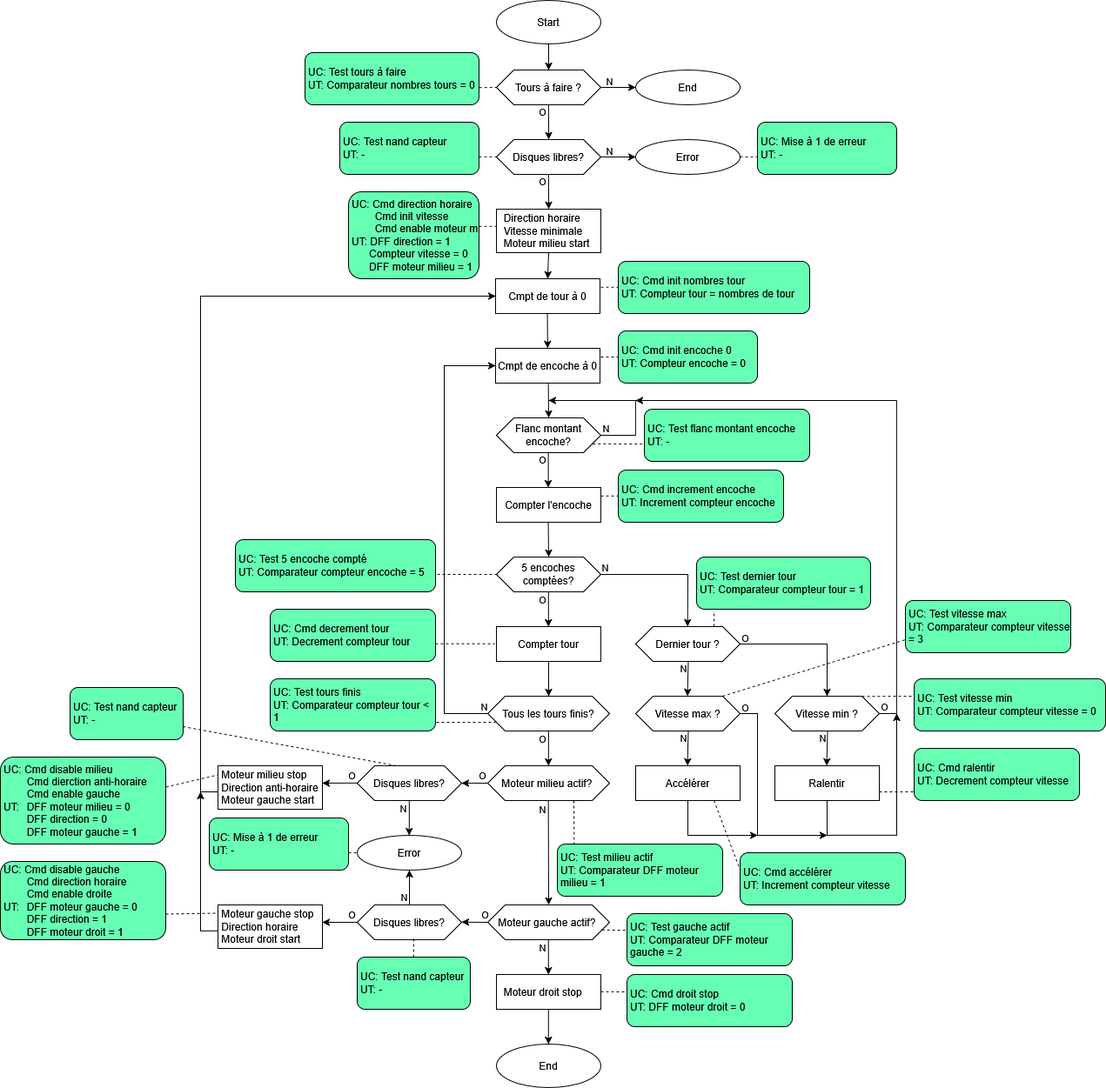
Schokiiiiiiii/csn26 keeps this draw.io diagram as doc/images/auto_sequence_partition.png. Above is the earlier version. Source tidied: cells renumbered, new cells last; positions are measured from the earlier drawing's top-left corner, leaving out a move shared by most shapes.
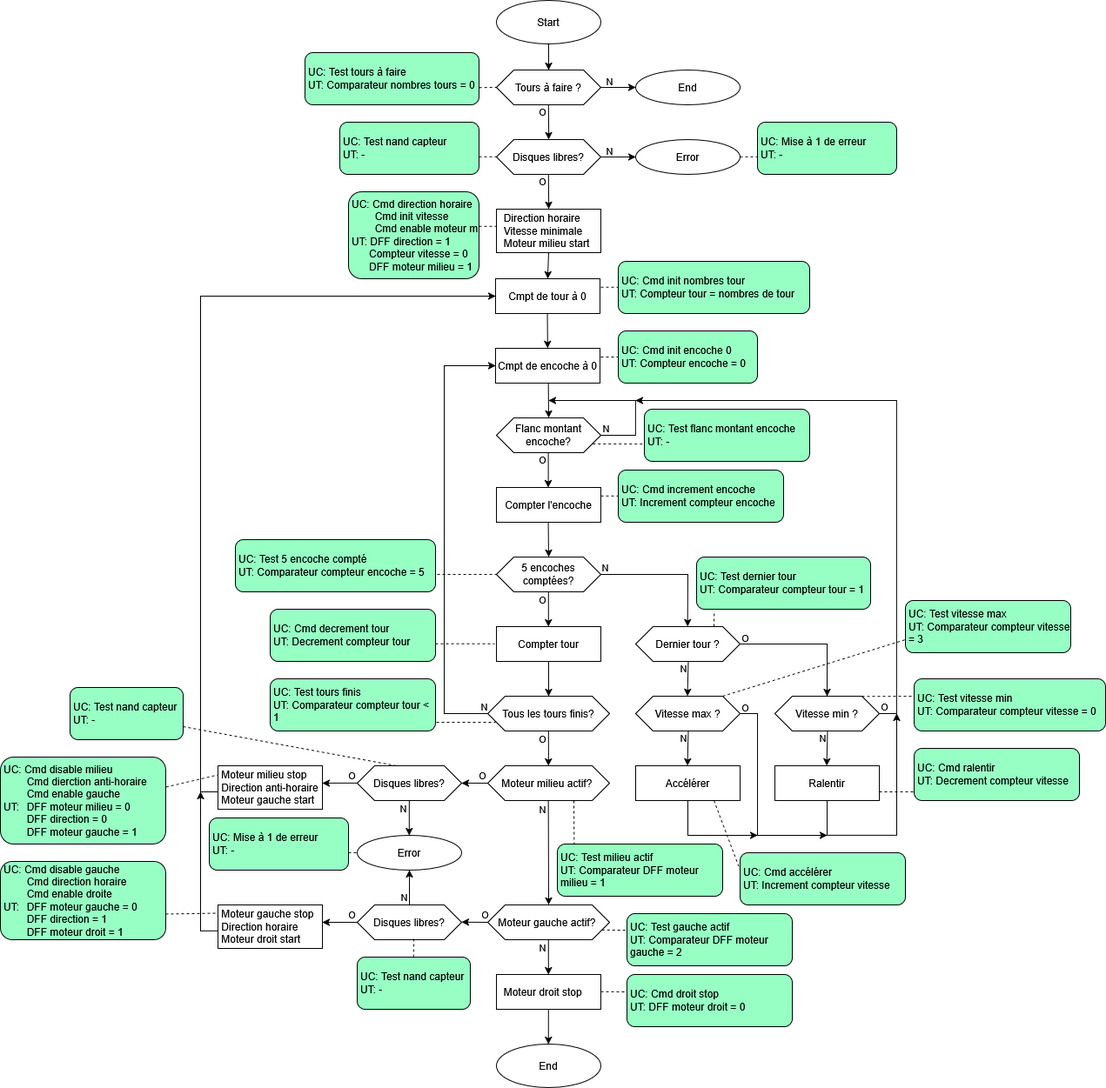
After the change.

Diff of the diagram source:
```diff
@@ -421,27 +421,27 @@
     </mxCell>
-    <mxCell id="88" value="&lt;div&gt;UC: Test tours à faire&lt;/div&gt;&lt;div&gt;UT: Comparateur nombres tours = 0&lt;/div&gt;" style="rounded=1;whiteSpace=wrap;html=1;fillColor=#66FFB3;align=left;spacingRight=0;spacingLeft=2;" parent="1" vertex="1">
+    <mxCell id="88" value="&lt;div&gt;UC: Test tours à faire&lt;/div&gt;&lt;div&gt;UT: Comparateur nombres tours = 0&lt;/div&gt;" style="rounded=1;whiteSpace=wrap;html=1;fillColor=#97FFC4;align=left;spacingRight=0;spacingLeft=2;" parent="1" vertex="1">
       <mxGeometry x="350" y="60" width="200" height="60" as="geometry" />
     </mxCell>
-    <mxCell id="89" value="&lt;div&gt;UC: Mise à 1 de erreur&lt;/div&gt;&lt;div&gt;UT: -&lt;/div&gt;" style="rounded=1;whiteSpace=wrap;html=1;fillColor=#66FFB3;align=left;spacingRight=0;spacingLeft=2;" parent="1" vertex="1">
+    <mxCell id="89" value="&lt;div&gt;UC: Mise à 1 de erreur&lt;/div&gt;&lt;div&gt;UT: -&lt;/div&gt;" style="rounded=1;whiteSpace=wrap;html=1;fillColor=#97FFC4;align=left;spacingRight=0;spacingLeft=2;" parent="1" vertex="1">
       <mxGeometry x="870" y="140" width="160" height="60" as="geometry" />
     </mxCell>
-    <mxCell id="90" value="&lt;div&gt;UC: Test nand capteur&lt;/div&gt;&lt;div&gt;UT: -&amp;nbsp;&lt;/div&gt;" style="rounded=1;whiteSpace=wrap;html=1;fillColor=#66FFB3;align=left;spacingRight=0;spacingLeft=2;" parent="1" vertex="1">
+    <mxCell id="90" value="&lt;div&gt;UC: Test nand capteur&lt;/div&gt;&lt;div&gt;UT: -&amp;nbsp;&lt;/div&gt;" style="rounded=1;whiteSpace=wrap;html=1;fillColor=#97FFC4;align=left;spacingRight=0;spacingLeft=2;" parent="1" vertex="1">
       <mxGeometry x="390" y="140" width="160" height="60" as="geometry" />
     </mxCell>
-    <mxCell id="91" value="&lt;div&gt;UC: Cmd direction horaire&lt;/div&gt;&lt;div&gt;&lt;span style=&quot;white-space: pre;&quot;&gt;&#9;&lt;/span&gt;Cmd init vitesse&lt;/div&gt;&lt;div&gt;&amp;nbsp;&lt;span style=&quot;white-space: pre;&quot;&gt;&#9;&lt;/span&gt;Cmd enable moteur m&lt;/div&gt;&lt;div&gt;UT: DFF direction = 1&lt;/div&gt;&lt;div&gt;&amp;nbsp; &amp;nbsp; &amp;nbsp; Compteur&amp;nbsp;vitesse&amp;nbsp;= 0&lt;/div&gt;&lt;div&gt;&amp;nbsp; &amp;nbsp; &amp;nbsp; DFF moteur milieu = 1&lt;/div&gt;" style="rounded=1;whiteSpace=wrap;html=1;fillColor=#66FFB3;align=left;spacingRight=0;spacingLeft=2;" parent="1" vertex="1">
+    <mxCell id="91" value="&lt;div&gt;UC: Cmd direction horaire&lt;/div&gt;&lt;div&gt;&lt;span style=&quot;white-space: pre;&quot;&gt;&#9;&lt;/span&gt;Cmd init vitesse&lt;/div&gt;&lt;div&gt;&amp;nbsp;&lt;span style=&quot;white-space: pre;&quot;&gt;&#9;&lt;/span&gt;Cmd enable moteur m&lt;/div&gt;&lt;div&gt;UT: DFF direction = 1&lt;/div&gt;&lt;div&gt;&amp;nbsp; &amp;nbsp; &amp;nbsp; Compteur&amp;nbsp;vitesse&amp;nbsp;= 0&lt;/div&gt;&lt;div&gt;&amp;nbsp; &amp;nbsp; &amp;nbsp; DFF moteur milieu = 1&lt;/div&gt;" style="rounded=1;whiteSpace=wrap;html=1;fillColor=#97FFC4;align=left;spacingRight=0;spacingLeft=2;" parent="1" vertex="1">
       <mxGeometry x="400" y="220" width="150" height="100" as="geometry" />
     </mxCell>
-    <mxCell id="92" value="&lt;div&gt;UC: Cmd init nombres tour&lt;/div&gt;&lt;div&gt;UT: Compteur tour = nombres de tour&lt;/div&gt;" style="rounded=1;whiteSpace=wrap;html=1;fillColor=#66FFB3;align=left;spacingRight=0;spacingLeft=2;" parent="1" vertex="1">
+    <mxCell id="92" value="&lt;div&gt;UC: Cmd init nombres tour&lt;/div&gt;&lt;div&gt;UT: Compteur tour = nombres de tour&lt;/div&gt;" style="rounded=1;whiteSpace=wrap;html=1;fillColor=#97FFC4;align=left;spacingRight=0;spacingLeft=2;" parent="1" vertex="1">
       <mxGeometry x="710" y="300" width="220" height="60" as="geometry" />
     </mxCell>
-    <mxCell id="93" value="&lt;div&gt;UC: Cmd init encoche 0&lt;/div&gt;&lt;div&gt;UT: Compteur encoche = 0&lt;/div&gt;" style="rounded=1;whiteSpace=wrap;html=1;fillColor=#66FFB3;align=left;spacingRight=0;spacingLeft=2;" parent="1" vertex="1">
+    <mxCell id="93" value="&lt;div&gt;UC: Cmd init encoche 0&lt;/div&gt;&lt;div&gt;UT: Compteur encoche = 0&lt;/div&gt;" style="rounded=1;whiteSpace=wrap;html=1;fillColor=#97FFC4;align=left;spacingRight=0;spacingLeft=2;" parent="1" vertex="1">
       <mxGeometry x="710" y="380" width="160" height="60" as="geometry" />
     </mxCell>
-    <mxCell id="94" value="&lt;div&gt;UC: Test flanc montant encoche&lt;/div&gt;&lt;div&gt;UT: -&amp;nbsp;&lt;/div&gt;" style="rounded=1;whiteSpace=wrap;html=1;fillColor=#66FFB3;align=left;spacingRight=0;spacingLeft=2;" parent="1" vertex="1">
+    <mxCell id="94" value="&lt;div&gt;UC: Test flanc montant encoche&lt;/div&gt;&lt;div&gt;UT: -&amp;nbsp;&lt;/div&gt;" style="rounded=1;whiteSpace=wrap;html=1;fillColor=#97FFC4;align=left;spacingRight=0;spacingLeft=2;" parent="1" vertex="1">
       <mxGeometry x="740" y="470" width="190" height="60" as="geometry" />
     </mxCell>
-    <mxCell id="95" value="&lt;div&gt;UC: Cmd increment encoche&lt;/div&gt;&lt;div&gt;UT: Increment compteur encoche&lt;/div&gt;" style="rounded=1;whiteSpace=wrap;html=1;fillColor=#66FFB3;align=left;spacingRight=0;spacingLeft=2;" parent="1" vertex="1">
+    <mxCell id="95" value="&lt;div&gt;UC: Cmd increment encoche&lt;/div&gt;&lt;div&gt;UT: Increment compteur encoche&lt;/div&gt;" style="rounded=1;whiteSpace=wrap;html=1;fillColor=#97FFC4;align=left;spacingRight=0;spacingLeft=2;" parent="1" vertex="1">
       <mxGeometry x="710" y="540" width="190" height="60" as="geometry" />
     </mxCell>
-    <mxCell id="96" value="&lt;div&gt;UC: Test 5 encoche compté&lt;/div&gt;&lt;div&gt;UT: Comparateur compteur encoche = 5&lt;/div&gt;" style="rounded=1;whiteSpace=wrap;html=1;fillColor=#66FFB3;align=left;spacingRight=0;spacingLeft=2;" parent="1" vertex="1">
+    <mxCell id="96" value="&lt;div&gt;UC: Test 5 encoche compté&lt;/div&gt;&lt;div&gt;UT: Comparateur compteur encoche = 5&lt;/div&gt;" style="rounded=1;whiteSpace=wrap;html=1;fillColor=#97FFC4;align=left;spacingRight=0;spacingLeft=2;" parent="1" vertex="1">
       <mxGeometry x="270" y="620" width="230" height="60" as="geometry" />
@@ -451,3 +451,3 @@
     </mxCell>
-    <mxCell id="98" value="&lt;div&gt;UC: Cmd decrement tour&lt;/div&gt;&lt;div&gt;UT: Decrement compteur tour&lt;/div&gt;" style="rounded=1;whiteSpace=wrap;html=1;fillColor=#66FFB3;align=left;spacingRight=0;spacingLeft=2;" parent="1" vertex="1">
+    <mxCell id="98" value="&lt;div&gt;UC: Cmd decrement tour&lt;/div&gt;&lt;div&gt;UT: Decrement compteur tour&lt;/div&gt;" style="rounded=1;whiteSpace=wrap;html=1;fillColor=#97FFC4;align=left;spacingRight=0;spacingLeft=2;" parent="1" vertex="1">
       <mxGeometry x="310" y="700" width="190" height="60" as="geometry" />
@@ -460,3 +460,3 @@
     </mxCell>
-    <mxCell id="100" value="&lt;div&gt;UC: Test dernier tour&lt;/div&gt;&lt;div&gt;UT: Comparateur compteur tour = 1&lt;/div&gt;" style="rounded=1;whiteSpace=wrap;html=1;fillColor=#66FFB3;align=left;spacingRight=0;spacingLeft=2;" parent="1" vertex="1">
+    <mxCell id="100" value="&lt;div&gt;UC: Test dernier tour&lt;/div&gt;&lt;div&gt;UT: Comparateur compteur tour = 1&lt;/div&gt;" style="rounded=1;whiteSpace=wrap;html=1;fillColor=#97FFC4;align=left;spacingRight=0;spacingLeft=2;" parent="1" vertex="1">
       <mxGeometry x="800" y="640" width="200" height="60" as="geometry" />
@@ -469,3 +469,3 @@
     </mxCell>
-    <mxCell id="102" value="&lt;div&gt;UC: Mise à 1 de erreur&lt;/div&gt;&lt;div&gt;UT: -&lt;/div&gt;" style="rounded=1;whiteSpace=wrap;html=1;fillColor=#66FFB3;align=left;spacingRight=0;spacingLeft=2;" parent="1" vertex="1">
+    <mxCell id="102" value="&lt;div&gt;UC: Mise à 1 de erreur&lt;/div&gt;&lt;div&gt;UT: -&lt;/div&gt;" style="rounded=1;whiteSpace=wrap;html=1;fillColor=#97FFC4;align=left;spacingRight=0;spacingLeft=2;" parent="1" vertex="1">
       <mxGeometry x="240" y="940" width="160" height="60" as="geometry" />
@@ -478,3 +478,3 @@
     </mxCell>
-    <mxCell id="104" value="&lt;div&gt;UC: Test tours finis&lt;/div&gt;&lt;div&gt;UT: Comparateur compteur tour &amp;lt; 1&lt;/div&gt;" style="rounded=1;whiteSpace=wrap;html=1;fillColor=#66FFB3;align=left;spacingRight=0;spacingLeft=2;" parent="1" vertex="1">
+    <mxCell id="104" value="&lt;div&gt;UC: Test tours finis&lt;/div&gt;&lt;div&gt;UT: Comparateur compteur tour &amp;lt; 1&lt;/div&gt;" style="rounded=1;whiteSpace=wrap;html=1;fillColor=#97FFC4;align=left;spacingRight=0;spacingLeft=2;" parent="1" vertex="1">
       <mxGeometry x="310" y="780" width="190" height="60" as="geometry" />
@@ -487,3 +487,3 @@
     </mxCell>
-    <mxCell id="106" value="&lt;div&gt;UC: Test vitesse min&lt;/div&gt;&lt;div&gt;UT: Comparateur compteur vitesse = 0&lt;/div&gt;" style="rounded=1;whiteSpace=wrap;html=1;fillColor=#66FFB3;align=left;spacingRight=0;spacingLeft=2;" parent="1" vertex="1">
+    <mxCell id="106" value="&lt;div&gt;UC: Test vitesse min&lt;/div&gt;&lt;div&gt;UT: Comparateur compteur vitesse = 0&lt;/div&gt;" style="rounded=1;whiteSpace=wrap;html=1;fillColor=#97FFC4;align=left;spacingRight=0;spacingLeft=2;" parent="1" vertex="1">
       <mxGeometry x="1050" y="780" width="220" height="60" as="geometry" />
@@ -495,3 +495,3 @@
     </mxCell>
-    <mxCell id="108" value="&lt;div&gt;UC: Cmd ralentir&lt;/div&gt;&lt;div&gt;UT: Decrement compteur vitesse&lt;/div&gt;" style="rounded=1;whiteSpace=wrap;html=1;fillColor=#66FFB3;align=left;spacingRight=0;spacingLeft=2;" parent="1" vertex="1">
+    <mxCell id="108" value="&lt;div&gt;UC: Cmd ralentir&lt;/div&gt;&lt;div&gt;UT: Decrement compteur vitesse&lt;/div&gt;" style="rounded=1;whiteSpace=wrap;html=1;fillColor=#97FFC4;align=left;spacingRight=0;spacingLeft=2;" parent="1" vertex="1">
       <mxGeometry x="1050" y="860" width="190" height="60" as="geometry" />
@@ -503,3 +503,3 @@
     </mxCell>
-    <mxCell id="110" value="&lt;div&gt;UC: Cmd accélérer&lt;/div&gt;&lt;div&gt;UT: Increment compteur vitesse&lt;/div&gt;" style="rounded=1;whiteSpace=wrap;html=1;fillColor=#66FFB3;align=left;spacingRight=0;spacingLeft=2;" parent="1" vertex="1">
+    <mxCell id="110" value="&lt;div&gt;UC: Cmd accélérer&lt;/div&gt;&lt;div&gt;UT: Increment compteur vitesse&lt;/div&gt;" style="rounded=1;whiteSpace=wrap;html=1;fillColor=#97FFC4;align=left;spacingRight=0;spacingLeft=2;" parent="1" vertex="1">
       <mxGeometry x="850" y="980" width="190" height="60" as="geometry" />
@@ -511,3 +511,3 @@
     </mxCell>
-    <mxCell id="112" value="&lt;div&gt;UC: Test vitesse max&lt;/div&gt;&lt;div&gt;UT: Comparateur compteur vitesse = 3&lt;/div&gt;" style="rounded=1;whiteSpace=wrap;html=1;fillColor=#66FFB3;align=left;spacingRight=0;spacingLeft=2;" parent="1" vertex="1">
+    <mxCell id="112" value="&lt;div&gt;UC: Test vitesse max&lt;/div&gt;&lt;div&gt;UT: Comparateur compteur vitesse = 3&lt;/div&gt;" style="rounded=1;whiteSpace=wrap;html=1;fillColor=#97FFC4;align=left;spacingRight=0;spacingLeft=2;" parent="1" vertex="1">
       <mxGeometry x="1040" y="690" width="190" height="60" as="geometry" />
@@ -517,3 +517,3 @@
     </mxCell>
-    <mxCell id="114" value="&lt;div&gt;UC: Test milieu actif&lt;/div&gt;&lt;div&gt;UT: Comparateur DFF moteur milieu = 1&lt;/div&gt;" style="rounded=1;whiteSpace=wrap;html=1;fillColor=#66FFB3;align=left;spacingRight=0;spacingLeft=2;" parent="1" vertex="1">
+    <mxCell id="114" value="&lt;div&gt;UC: Test milieu actif&lt;/div&gt;&lt;div&gt;UT: Comparateur DFF moteur milieu = 1&lt;/div&gt;" style="rounded=1;whiteSpace=wrap;html=1;fillColor=#97FFC4;align=left;spacingRight=0;spacingLeft=2;" parent="1" vertex="1">
       <mxGeometry x="640" y="970" width="190" height="60" as="geometry" />
@@ -525,3 +525,3 @@
     </mxCell>
-    <mxCell id="116" value="&lt;div&gt;UC: Test gauche actif&lt;/div&gt;&lt;div&gt;UT: Comparateur DFF moteur gauche = 2&lt;/div&gt;" style="rounded=1;whiteSpace=wrap;html=1;fillColor=#66FFB3;align=left;spacingRight=0;spacingLeft=2;" parent="1" vertex="1">
+    <mxCell id="116" value="&lt;div&gt;UC: Test gauche actif&lt;/div&gt;&lt;div&gt;UT: Comparateur DFF moteur gauche = 2&lt;/div&gt;" style="rounded=1;whiteSpace=wrap;html=1;fillColor=#97FFC4;align=left;spacingRight=0;spacingLeft=2;" parent="1" vertex="1">
       <mxGeometry x="720" y="1050" width="190" height="60" as="geometry" />
@@ -531,3 +531,3 @@
     </mxCell>
-    <mxCell id="118" value="&lt;div&gt;UC: Cmd droit stop&lt;/div&gt;&lt;div&gt;UT: DFF moteur droit = 0&lt;/div&gt;" style="rounded=1;whiteSpace=wrap;html=1;fillColor=#66FFB3;align=left;spacingRight=0;spacingLeft=2;" parent="1" vertex="1">
+    <mxCell id="118" value="&lt;div&gt;UC: Cmd droit stop&lt;/div&gt;&lt;div&gt;UT: DFF moteur droit = 0&lt;/div&gt;" style="rounded=1;whiteSpace=wrap;html=1;fillColor=#97FFC4;align=left;spacingRight=0;spacingLeft=2;" parent="1" vertex="1">
       <mxGeometry x="720" y="1120" width="190" height="60" as="geometry" />
@@ -540,9 +540,9 @@
     </mxCell>
-    <mxCell id="120" value="&lt;div&gt;UC: Cmd disable milieu&lt;/div&gt;&lt;div&gt;&lt;span style=&quot;white-space: pre;&quot;&gt;&#9;Cmd dierction anti-horaire&lt;/span&gt;&lt;/div&gt;&lt;div&gt;&lt;span style=&quot;white-space: pre;&quot;&gt;&lt;span style=&quot;white-space: pre;&quot;&gt;&#9;&lt;/span&gt;Cmd enable gauche&lt;/span&gt;&lt;/div&gt;&lt;div&gt;UT:&lt;span style=&quot;white-space: pre;&quot;&gt;&#9;DFF moteur milieu = 0&lt;/span&gt;&lt;/div&gt;&lt;div&gt;&lt;span style=&quot;white-space: pre;&quot;&gt;&#9;DFF&lt;/span&gt;&amp;nbsp;direction = 0&lt;/div&gt;&lt;div&gt;&amp;nbsp; &amp;nbsp; &amp;nbsp; &lt;span style=&quot;white-space: pre;&quot;&gt;&#9;&lt;/span&gt;&lt;span style=&quot;white-space: pre;&quot;&gt;DFF moteur gauche&lt;/span&gt;&amp;nbsp;= 1&lt;/div&gt;" style="rounded=1;whiteSpace=wrap;html=1;fillColor=#66FFB3;align=left;spacingRight=0;spacingLeft=2;" parent="1" vertex="1">
+    <mxCell id="120" value="&lt;div&gt;UC: Cmd disable milieu&lt;/div&gt;&lt;div&gt;&lt;span style=&quot;white-space: pre;&quot;&gt;&#9;Cmd dierction anti-horaire&lt;/span&gt;&lt;/div&gt;&lt;div&gt;&lt;span style=&quot;white-space: pre;&quot;&gt;&lt;span style=&quot;white-space: pre;&quot;&gt;&#9;&lt;/span&gt;Cmd enable gauche&lt;/span&gt;&lt;/div&gt;&lt;div&gt;UT:&lt;span style=&quot;white-space: pre;&quot;&gt;&#9;DFF moteur milieu = 0&lt;/span&gt;&lt;/div&gt;&lt;div&gt;&lt;span style=&quot;white-space: pre;&quot;&gt;&#9;DFF&lt;/span&gt;&amp;nbsp;direction = 0&lt;/div&gt;&lt;div&gt;&amp;nbsp; &amp;nbsp; &amp;nbsp; &lt;span style=&quot;white-space: pre;&quot;&gt;&#9;&lt;/span&gt;&lt;span style=&quot;white-space: pre;&quot;&gt;DFF moteur gauche&lt;/span&gt;&amp;nbsp;= 1&lt;/div&gt;" style="rounded=1;whiteSpace=wrap;html=1;fillColor=#97FFC4;align=left;spacingRight=0;spacingLeft=2;" parent="1" vertex="1">
       <mxGeometry y="870" width="190" height="100" as="geometry" />
     </mxCell>
-    <mxCell id="121" value="&lt;div&gt;UC: Cmd disable gauche&lt;/div&gt;&lt;div&gt;&lt;span style=&quot;white-space: pre;&quot;&gt;&#9;&lt;/span&gt;Cmd direction horaire&lt;/div&gt;&lt;div&gt;&lt;span style=&quot;white-space: pre;&quot;&gt;&#9;&lt;/span&gt;Cmd enable droite&lt;/div&gt;&lt;div&gt;UT:&amp;nbsp;&lt;span style=&quot;white-space: pre;&quot;&gt;&#9;DFF moteur gauche = 0&lt;/span&gt;&lt;/div&gt;&lt;div&gt;&lt;span style=&quot;white-space: pre;&quot;&gt;&#9;DFF&lt;/span&gt;&amp;nbsp;direction = 1&lt;div&gt;&amp;nbsp; &amp;nbsp; &amp;nbsp; &lt;span style=&quot;white-space: pre;&quot;&gt;&#9;DFF&lt;/span&gt;&amp;nbsp;moteur droit = 1&lt;/div&gt;&lt;/div&gt;" style="rounded=1;whiteSpace=wrap;html=1;fillColor=#66FFB3;align=left;spacingRight=0;spacingLeft=2;" parent="1" vertex="1">
+    <mxCell id="121" value="&lt;div&gt;UC: Cmd disable gauche&lt;/div&gt;&lt;div&gt;&lt;span style=&quot;white-space: pre;&quot;&gt;&#9;&lt;/span&gt;Cmd direction horaire&lt;/div&gt;&lt;div&gt;&lt;span style=&quot;white-space: pre;&quot;&gt;&#9;&lt;/span&gt;Cmd enable droite&lt;/div&gt;&lt;div&gt;UT:&amp;nbsp;&lt;span style=&quot;white-space: pre;&quot;&gt;&#9;DFF moteur gauche = 0&lt;/span&gt;&lt;/div&gt;&lt;div&gt;&lt;span style=&quot;white-space: pre;&quot;&gt;&#9;DFF&lt;/span&gt;&amp;nbsp;direction = 1&lt;div&gt;&amp;nbsp; &amp;nbsp; &amp;nbsp; &lt;span style=&quot;white-space: pre;&quot;&gt;&#9;DFF&lt;/span&gt;&amp;nbsp;moteur droit = 1&lt;/div&gt;&lt;/div&gt;" style="rounded=1;whiteSpace=wrap;html=1;fillColor=#97FFC4;align=left;spacingRight=0;spacingLeft=2;" parent="1" vertex="1">
       <mxGeometry y="990" width="190" height="90" as="geometry" />
     </mxCell>
-    <mxCell id="122" value="&lt;div&gt;UC: Test nand capteur&lt;/div&gt;&lt;div&gt;UT: -&amp;nbsp;&lt;/div&gt;" style="rounded=1;whiteSpace=wrap;html=1;fillColor=#66FFB3;align=left;spacingRight=0;spacingLeft=2;" parent="1" vertex="1">
+    <mxCell id="122" value="&lt;div&gt;UC: Test nand capteur&lt;/div&gt;&lt;div&gt;UT: -&amp;nbsp;&lt;/div&gt;" style="rounded=1;whiteSpace=wrap;html=1;fillColor=#97FFC4;align=left;spacingRight=0;spacingLeft=2;" parent="1" vertex="1">
       <mxGeometry x="410" y="1100" width="130" height="60" as="geometry" />
@@ -555,3 +555,3 @@
     </mxCell>
-    <mxCell id="124" value="&lt;div&gt;UC: Test nand capteur&lt;/div&gt;&lt;div&gt;UT: -&amp;nbsp;&lt;/div&gt;" style="rounded=1;whiteSpace=wrap;html=1;fillColor=#66FFB3;align=left;spacingRight=0;spacingLeft=2;" parent="1" vertex="1">
+    <mxCell id="124" value="&lt;div&gt;UC: Test nand capteur&lt;/div&gt;&lt;div&gt;UT: -&amp;nbsp;&lt;/div&gt;" style="rounded=1;whiteSpace=wrap;html=1;fillColor=#97FFC4;align=left;spacingRight=0;spacingLeft=2;" parent="1" vertex="1">
       <mxGeometry x="80" y="790" width="130" height="60" as="geometry" />
```
